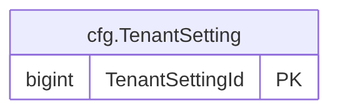
Before: treasury-platform/docs/diagrams/erd/m0_config_4.png, a diagram exported from Mermaid (thawrasy/smartlines). Its source is kept beside it as treasury-platform/docs/diagrams/erd/m0_config_4.mmd. The source it was exported from:
```mermaid
erDiagram
  cfg_TenantSetting["cfg.TenantSetting"] {
    bigint TenantSettingId PK
  }
```
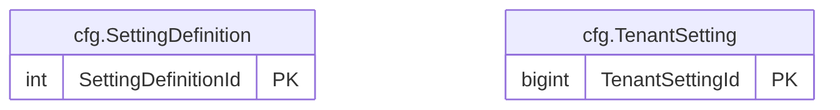
After the commit.

Diff of the diagram source:
```diff
@@ -1,4 +1,7 @@
 erDiagram
+  cfg_SettingDefinition["cfg.SettingDefinition"] {
+    int SettingDefinitionId PK
+  }
   cfg_TenantSetting["cfg.TenantSetting"] {
     bigint TenantSettingId PK
   }
```
